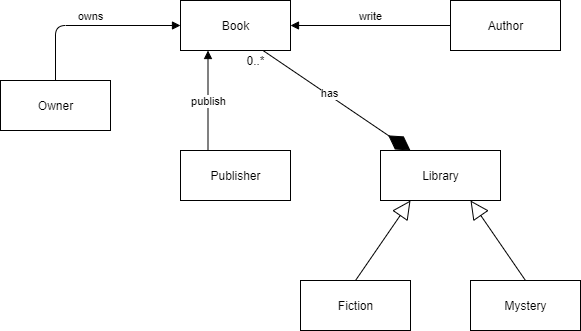
natasha-amiera/Week2ClassDiagram keeps this draw.io diagram as Question3.png. Above is the earlier version. Source tidied: cells renumbered, new cells last; positions are measured from the earlier drawing's top-left corner, leaving out a move shared by most shapes. The source it was exported from:
```xml
<mxGraphModel>
  <root>
    <mxCell id="0" />
    <mxCell id="1" parent="0" />
    <mxCell id="2" value="Book" style="html=1;" parent="1" vertex="1">
      <mxGeometry x="180" width="110" height="50" as="geometry" />
    </mxCell>
    <mxCell id="3" value="Owner" style="html=1;" parent="1" vertex="1">
      <mxGeometry y="80" width="110" height="50" as="geometry" />
    </mxCell>
    <mxCell id="4" value="Author" style="html=1;" parent="1" vertex="1">
      <mxGeometry x="450" width="110" height="50" as="geometry" />
    </mxCell>
    <mxCell id="5" value="Publisher" style="html=1;" parent="1" vertex="1">
      <mxGeometry x="180" y="150" width="110" height="50" as="geometry" />
    </mxCell>
    <mxCell id="6" value="Library" style="html=1;" parent="1" vertex="1">
      <mxGeometry x="380" y="150" width="120" height="50" as="geometry" />
    </mxCell>
    <mxCell id="7" value="Mystery" style="html=1;" parent="1" vertex="1">
      <mxGeometry x="470" y="280" width="110" height="50" as="geometry" />
    </mxCell>
    <mxCell id="8" value="Fiction" style="html=1;" parent="1" vertex="1">
      <mxGeometry x="300" y="280" width="110" height="50" as="geometry" />
    </mxCell>
    <mxCell id="9" style="endArrow=block;endSize=16;endFill=0;html=1;entryX=0.75;entryY=1;entryDx=0;entryDy=0;exitX=0.5;exitY=0;exitDx=0;exitDy=0;" parent="1" edge="1" source="7" target="6">
      <mxGeometry relative="1" as="geometry" />
    </mxCell>
    <mxCell id="10" style="endArrow=block;endSize=16;endFill=0;html=1;entryX=0.25;entryY=1;entryDx=0;entryDy=0;exitX=0.5;exitY=0;exitDx=0;exitDy=0;" parent="1" edge="1" source="8" target="6">
      <mxGeometry relative="1" as="geometry" />
    </mxCell>
    <mxCell id="11" style="endArrow=diamondThin;endFill=1;endSize=24;html=1;exitX=0.75;exitY=1;exitDx=0;exitDy=0;entryX=0.25;entryY=0;entryDx=0;entryDy=0;" parent="1" edge="1" source="2" target="6">
      <mxGeometry relative="1" as="geometry" />
    </mxCell>
    <mxCell id="12" value="has" style="edgeLabel;html=1;align=center;verticalAlign=middle;" parent="11" vertex="1">
      <mxGeometry x="-0.13" y="2" relative="1" as="geometry" />
    </mxCell>
    <mxCell id="13" value="0..*" style="text;html=1;align=center;verticalAlign=middle;" parent="1" vertex="1">
      <mxGeometry x="240" y="50" width="30" height="20" as="geometry" />
    </mxCell>
    <mxCell id="14" value="write" style="html=1;verticalAlign=bottom;endArrow=block;exitX=0;exitY=0.5;exitDx=0;exitDy=0;entryX=1;entryY=0.5;entryDx=0;entryDy=0;" parent="1" edge="1" source="4" target="2">
      <mxGeometry relative="1" as="geometry" />
    </mxCell>
    <mxCell id="15" value="publish" style="html=1;verticalAlign=bottom;endArrow=block;entryX=0.25;entryY=1;entryDx=0;entryDy=0;exitX=0.25;exitY=0;exitDx=0;exitDy=0;" parent="1" edge="1" source="5" target="2">
      <mxGeometry x="-0.2" relative="1" as="geometry" />
    </mxCell>
    <mxCell id="16" value="owns" style="html=1;verticalAlign=bottom;endArrow=block;exitX=0.5;exitY=0;exitDx=0;exitDy=0;entryX=0;entryY=0.5;entryDx=0;entryDy=0;" parent="1" edge="1" source="3" target="2">
      <mxGeometry relative="1" as="geometry">
        <Array as="points">
          <mxPoint x="55" y="25" />
        </Array>
      </mxGeometry>
    </mxCell>
  </root>
</mxGraphModel>
```
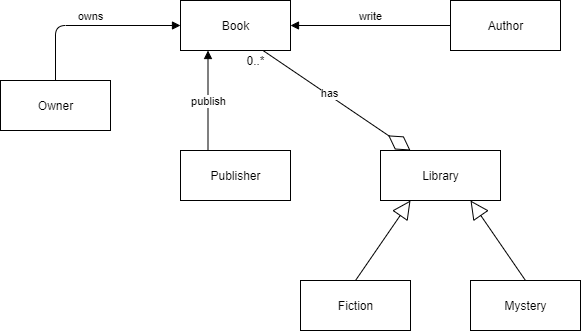
The same diagram one commit later.

Diff of the diagram source:
```diff
@@ -29,7 +29,7 @@
     <mxCell id="10" style="endArrow=block;endSize=16;endFill=0;html=1;entryX=0.25;entryY=1;entryDx=0;entryDy=0;exitX=0.5;exitY=0;exitDx=0;exitDy=0;" parent="1" edge="1" source="8" target="6">
       <mxGeometry relative="1" as="geometry" />
     </mxCell>
-    <mxCell id="11" style="endArrow=diamondThin;endFill=1;endSize=24;html=1;exitX=0.75;exitY=1;exitDx=0;exitDy=0;entryX=0.25;entryY=0;entryDx=0;entryDy=0;" parent="1" edge="1" source="2" target="6">
+    <mxCell id="11" style="endArrow=diamondThin;endFill=0;endSize=24;html=1;exitX=0.75;exitY=1;exitDx=0;exitDy=0;entryX=0.25;entryY=0;entryDx=0;entryDy=0;" parent="1" edge="1" source="2" target="6">
       <mxGeometry relative="1" as="geometry" />
     </mxCell>
     <mxCell id="12" value="has" style="edgeLabel;html=1;align=center;verticalAlign=middle;" parent="11" vertex="1">
```
